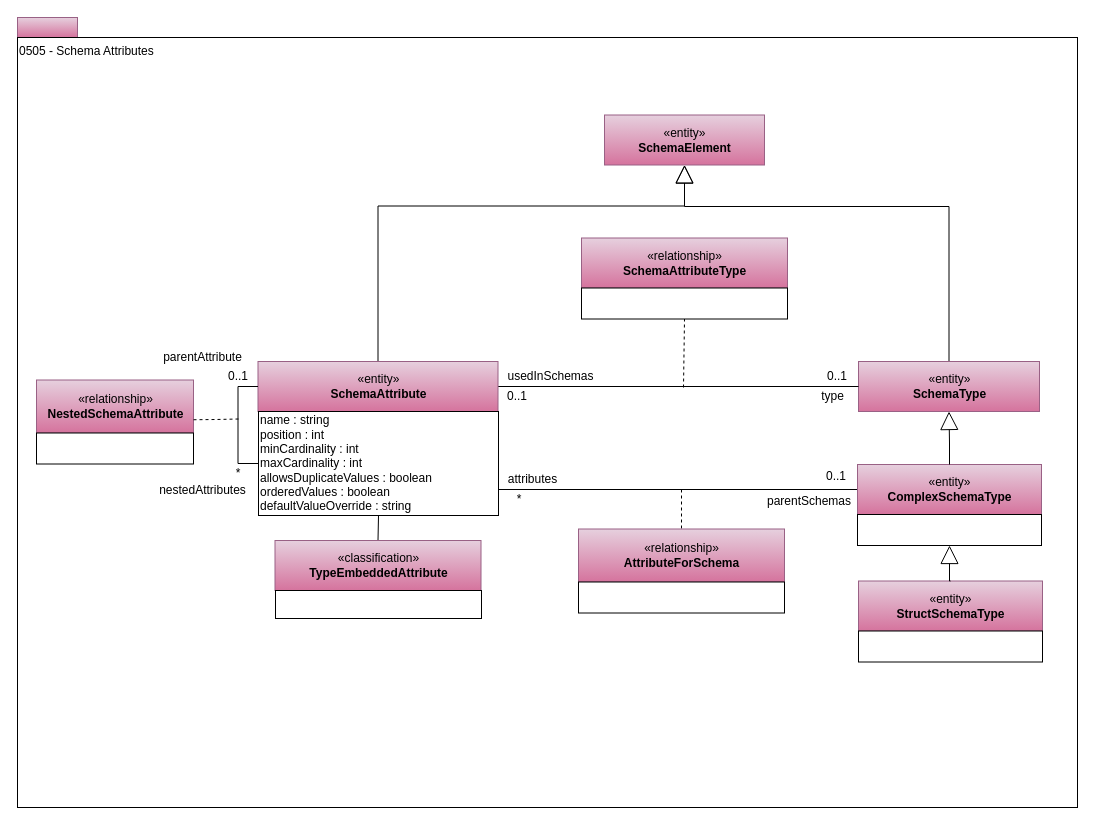
Earlier version of the draw.io diagram page "0505-Schema-Attributes" (5 of 25) of open-metadata-publication/website/open-metadata-types/area-5-models-and-schema.drawio (planetf1/egeria). Source tidied: cells renumbered, new cells numbered last; positions are measured from the earlier drawing's top-left corner, leaving out a move shared by most shapes. Both pictures are drawn from the tidied source at 100%, with x=0, y=0 at pixel (17, 17).
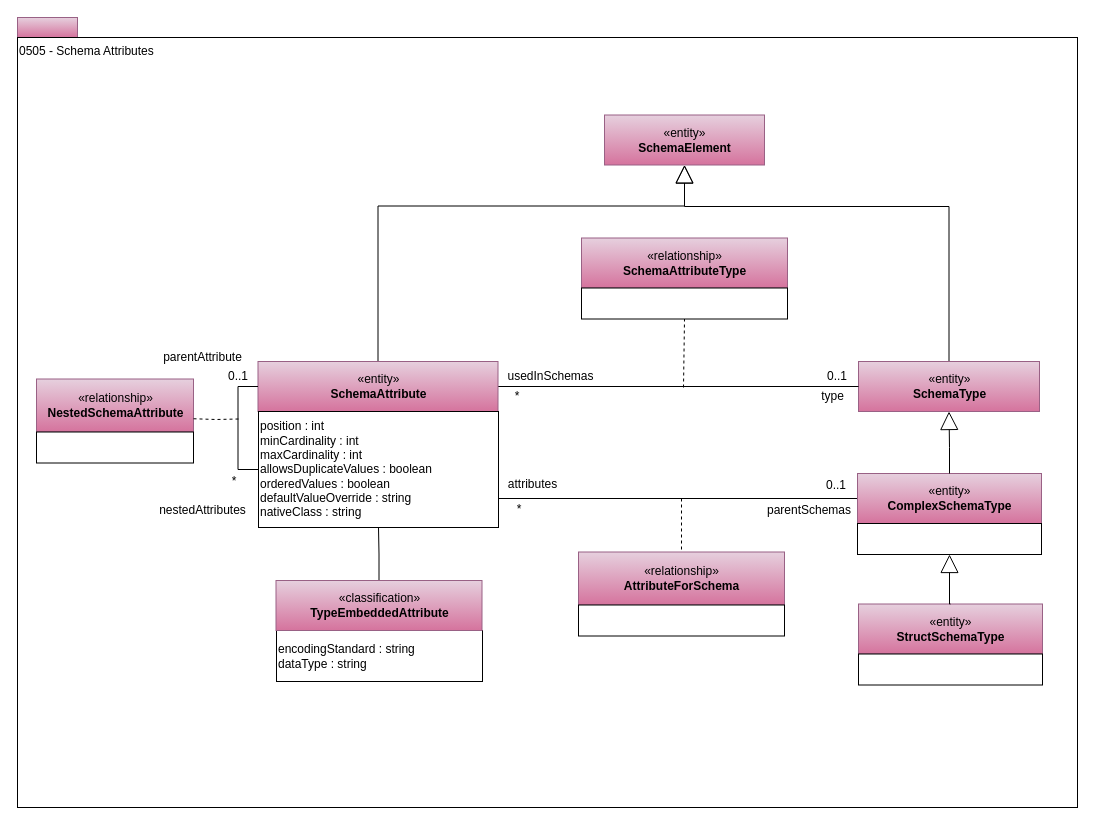
After the change.

The change refers to these unchanged cells:
```xml
<mxCell id="28" value="«relationship»&lt;br&gt;&lt;b&gt;AttributeForSchema&lt;/b&gt;" style="html=1;strokeColor=#996185;align=center;fillColor=#e6d0de;gradientColor=#d5739d;" parent="27" vertex="1">
  <mxGeometry width="206" height="53" as="geometry" />
</mxCell>
```

Change to the diagram source:
```diff
@@
-    <mxCell id="12" value="0..1" style="text;html=1;strokeColor=none;fillColor=none;align=center;verticalAlign=middle;whiteSpace=wrap;rounded=0;" parent="1" vertex="1">
+    <mxCell id="12" value="*" style="text;html=1;strokeColor=none;fillColor=none;align=center;verticalAlign=middle;whiteSpace=wrap;rounded=0;" parent="1" vertex="1">
       <mxGeometry x="480" y="369" width="40" height="20" as="geometry" />
     </mxCell>
@@
     <mxCell id="17" style="group;" parent="1" vertex="1">
-      <mxGeometry x="19" y="362.5" width="157" height="84" as="geometry" />
+      <mxGeometry x="19" y="361.5" width="157" height="84" as="geometry" />
     </mxCell>
@@
     <mxCell id="22" value="nestedAttributes" style="text;html=1;strokeColor=none;fillColor=none;align=center;verticalAlign=middle;whiteSpace=wrap;rounded=0;" parent="1" vertex="1">
-      <mxGeometry x="131.5" y="463" width="107" height="20" as="geometry" />
+      <mxGeometry x="131.5" y="483" width="107" height="20" as="geometry" />
     </mxCell>
     <mxCell id="23" value="*" style="text;html=1;strokeColor=none;fillColor=none;align=center;verticalAlign=middle;whiteSpace=wrap;rounded=0;" parent="1" vertex="1">
-      <mxGeometry x="200.5" y="445.5" width="40" height="20" as="geometry" />
+      <mxGeometry x="196.5" y="453.5" width="40" height="20" as="geometry" />
     </mxCell>
@@
     <mxCell id="25" style="endArrow=none;dashed=1;html=1;" parent="1" edge="1" target="28">
       <mxGeometry relative="1" as="geometry">
-        <mxPoint x="664" y="472" as="sourcePoint" />
+        <mxPoint x="664" y="481" as="sourcePoint" />
       </mxGeometry>
     </mxCell>
@@
     <mxCell id="27" style="group;" parent="1" vertex="1">
-      <mxGeometry x="561" y="511.5" width="206" height="84" as="geometry" />
+      <mxGeometry x="561" y="534.5" width="206" height="84" as="geometry" />
     </mxCell>
@@
     <mxCell id="30" style="group;" parent="1" vertex="1">
-      <mxGeometry x="840" y="447" width="184" height="81" as="geometry" />
+      <mxGeometry x="840" y="456" width="184" height="81" as="geometry" />
     </mxCell>
@@
     <mxCell id="34" value="*" style="text;html=1;strokeColor=none;fillColor=none;align=center;verticalAlign=middle;whiteSpace=wrap;rounded=0;" parent="1" vertex="1">
-      <mxGeometry x="482" y="471.5" width="40" height="20" as="geometry" />
+      <mxGeometry x="482" y="481.5" width="40" height="20" as="geometry" />
     </mxCell>
     <mxCell id="35" value="0..1" style="text;html=1;strokeColor=none;fillColor=none;align=center;verticalAlign=middle;whiteSpace=wrap;rounded=0;" parent="1" vertex="1">
-      <mxGeometry x="799" y="448.5" width="40" height="20" as="geometry" />
+      <mxGeometry x="799" y="457.5" width="40" height="20" as="geometry" />
     </mxCell>
     <mxCell id="36" value="attributes" style="text;html=1;strokeColor=none;fillColor=none;align=center;verticalAlign=middle;whiteSpace=wrap;rounded=0;" parent="1" vertex="1">
-      <mxGeometry x="482" y="451.5" width="67" height="20" as="geometry" />
+      <mxGeometry x="482" y="456.5" width="67" height="20" as="geometry" />
     </mxCell>
     <mxCell id="37" value="parentSchemas" style="text;html=1;strokeColor=none;fillColor=none;align=center;verticalAlign=middle;whiteSpace=wrap;rounded=0;" parent="1" vertex="1">
-      <mxGeometry x="742" y="474" width="100" height="20" as="geometry" />
+      <mxGeometry x="742" y="483" width="100" height="20" as="geometry" />
     </mxCell>
-    <mxCell id="38" style="group;" parent="1" vertex="1">
-      <mxGeometry x="257.5" y="523" width="206.5" height="78" as="geometry" />
-    </mxCell>
-    <mxCell id="39" value="«classification»&lt;br&gt;&lt;b&gt;TypeEmbeddedAttribute&lt;/b&gt;" style="html=1;strokeColor=#996185;align=center;fillColor=#e6d0de;gradientColor=#d5739d;" parent="38" vertex="1">
-      <mxGeometry width="206" height="50" as="geometry" />
-    </mxCell>
-    <mxCell id="40" value="&lt;br&gt;&lt;div style=&quot;text-align: left&quot;&gt;&lt;/div&gt;" style="rounded=0;whiteSpace=wrap;html=1;strokeColor=#000000;gradientColor=#ffffff;align=left;" parent="38" vertex="1">
-      <mxGeometry x="0.5" y="50" width="206" height="28" as="geometry" />
-    </mxCell>
     <mxCell id="41" style="group;" parent="1" vertex="1">
-      <mxGeometry x="841" y="563.5" width="184" height="81" as="geometry" />
+      <mxGeometry x="841" y="586.5" width="184" height="81" as="geometry" />
     </mxCell>
@@
-    <mxCell id="45" style="group;" parent="1" vertex="1">
-      <mxGeometry x="240.5" y="344" width="240.5" height="154" as="geometry" />
-    </mxCell>
-    <mxCell id="46" value="«entity»&lt;br&gt;&lt;b&gt;SchemaAttribute&lt;/b&gt;" style="html=1;strokeColor=#996185;align=center;fillColor=#e6d0de;gradientColor=#d5739d;" parent="45" vertex="1">
-      <mxGeometry width="240" height="50" as="geometry" />
+    <mxCell id="46" value="«entity»&lt;br&gt;&lt;b&gt;SchemaAttribute&lt;/b&gt;" style="html=1;strokeColor=#996185;align=center;fillColor=#e6d0de;gradientColor=#d5739d;" parent="1" vertex="1">
+      <mxGeometry x="240.5" y="344" width="240" height="50" as="geometry" />
     </mxCell>
+    <mxCell id="48" style="edgeStyle=orthogonalEdgeStyle;rounded=0;jettySize=auto;html=1;entryX=0;entryY=0.5;entryDx=0;entryDy=0;fontColor=#FF0000;exitX=0;exitY=0.5;exitDx=0;exitDy=0;endArrow=none;endFill=0;" parent="1" edge="1" source="46" target="47">
+      <mxGeometry relative="1" as="geometry" />
+    </mxCell>
-    <mxCell id="47" value="&lt;span style=&quot;white-space: normal&quot;&gt;name : string&lt;/span&gt;&lt;br style=&quot;white-space: normal&quot;&gt;&lt;span style=&quot;white-space: normal&quot;&gt;position : int&lt;/span&gt;&lt;br style=&quot;white-space: normal&quot;&gt;&lt;font style=&quot;white-space: normal&quot;&gt;minCardinality : int&lt;br&gt;maxCardinality : int&lt;/font&gt;&lt;br style=&quot;white-space: normal&quot;&gt;&lt;font style=&quot;white-space: normal&quot;&gt;allowsDuplicateValues : boolean&lt;br&gt;orderedValues : boolean&lt;br&gt;&lt;/font&gt;&lt;span&gt;defaultValueOverride : string&lt;/span&gt;&lt;font color=&quot;#ff0000&quot; style=&quot;white-space: normal&quot;&gt;&lt;br&gt;&lt;/font&gt;" style="rounded=0;whiteSpace=wrap;html=1;strokeColor=#000000;gradientColor=#ffffff;align=left;" parent="45" vertex="1">
-      <mxGeometry x="0.5" y="50" width="240" height="104" as="geometry" />
+    <mxCell id="47" value="&lt;span style=&quot;white-space: normal&quot;&gt;position : int&lt;/span&gt;&lt;br style=&quot;white-space: normal&quot;&gt;&lt;font style=&quot;white-space: normal&quot;&gt;minCardinality : int&lt;br&gt;maxCardinality : int&lt;/font&gt;&lt;br style=&quot;white-space: normal&quot;&gt;&lt;font style=&quot;white-space: normal&quot;&gt;allowsDuplicateValues : boolean&lt;br&gt;orderedValues : boolean&lt;br&gt;&lt;/font&gt;&lt;span&gt;defaultValueOverride : string&lt;br&gt;&lt;/span&gt;&lt;font style=&quot;white-space: normal&quot;&gt;nativeClass : string&lt;br&gt;&lt;/font&gt;" style="rounded=0;whiteSpace=wrap;html=1;strokeColor=#000000;gradientColor=#ffffff;align=left;fontColor=#000000;" parent="1" vertex="1">
+      <mxGeometry x="241" y="394" width="240" height="116" as="geometry" />
     </mxCell>
-    <mxCell id="48" style="edgeStyle=orthogonalEdgeStyle;rounded=0;jettySize=auto;html=1;entryX=0;entryY=0.5;entryDx=0;entryDy=0;fontColor=#FF0000;exitX=0;exitY=0.5;exitDx=0;exitDy=0;endArrow=none;endFill=0;" parent="45" edge="1" source="46" target="47">
-      <mxGeometry relative="1" as="geometry" />
-    </mxCell>
+    <mxCell id="40" value="encodingStandard : string&lt;br&gt;dataType : string&lt;br&gt;&lt;div style=&quot;text-align: left&quot;&gt;&lt;/div&gt;" style="rounded=0;whiteSpace=wrap;html=1;strokeColor=#000000;gradientColor=#ffffff;align=left;" parent="1" vertex="1">
+      <mxGeometry x="259" y="613" width="206" height="51" as="geometry" />
+    </mxCell>
+    <mxCell id="39" value="«classification»&lt;br&gt;&lt;b&gt;TypeEmbeddedAttribute&lt;/b&gt;" style="html=1;strokeColor=#996185;align=center;fillColor=#e6d0de;gradientColor=#d5739d;" parent="1" vertex="1">
+      <mxGeometry x="258.5" y="563" width="206" height="50" as="geometry" />
+    </mxCell>
```
